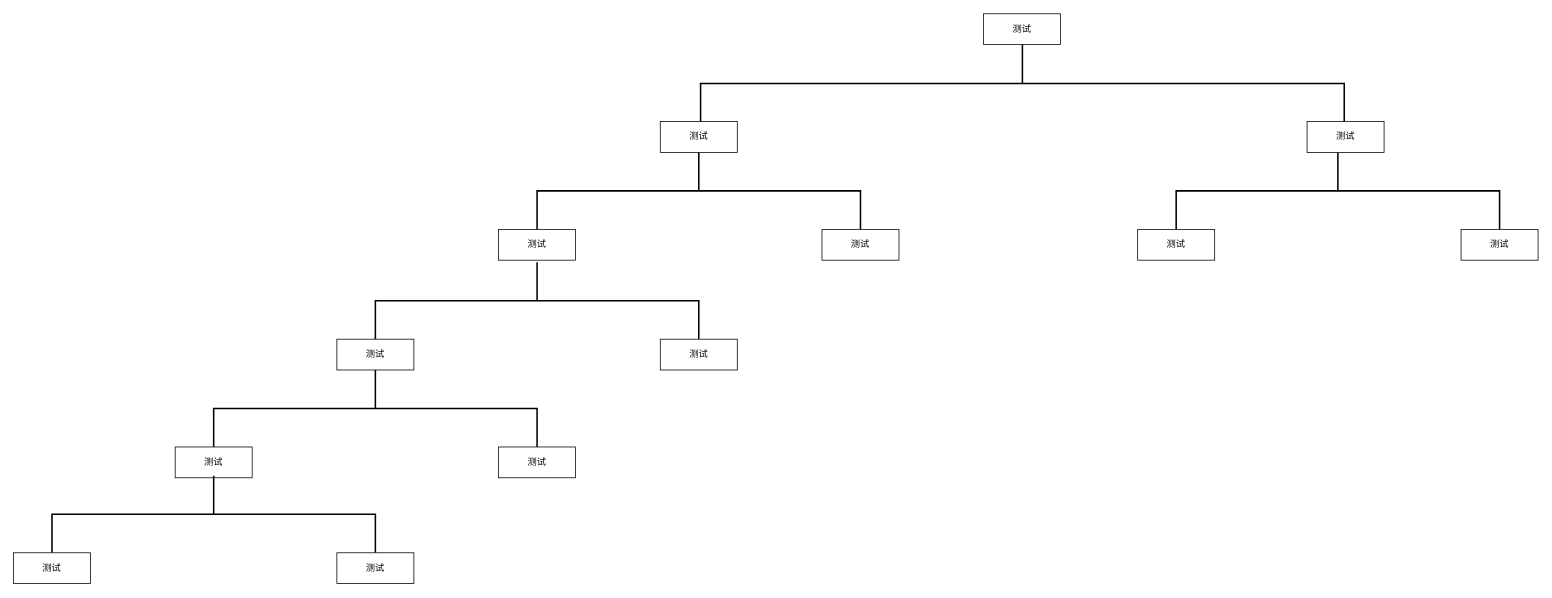
Earlier version of the draw.io diagram social_shop.drawio (BrainWilliam/996.ICU). Source tidied: cells renumbered, new cells numbered last; positions are measured from the earlier drawing's top-left corner, leaving out a move shared by most shapes. Both pictures are drawn from the tidied source at 77%, with x=0, y=0 at pixel (13, -239).
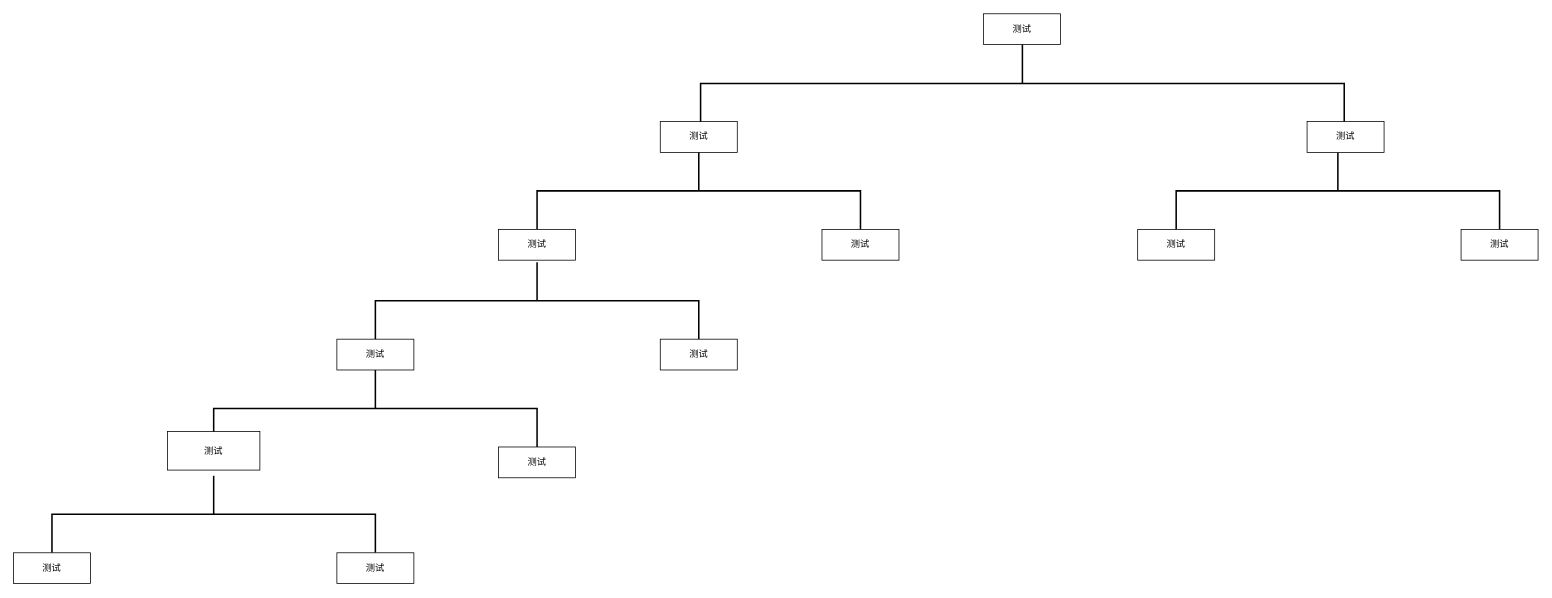
The same diagram, later.

Change to the diagram source:
```diff
@@
-    <mxCell id="16" value="测试" style="rounded=0;whiteSpace=wrap;html=1;" parent="1" vertex="1">
-      <mxGeometry x="210" y="890" width="100" height="40" as="geometry" />
+    <mxCell id="16" value="测试" style="rounded=0;whiteSpace=wrap;html=1;direction=south;" parent="1" vertex="1">
+      <mxGeometry x="200" y="870" width="120" height="50" as="geometry" />
     </mxCell>
```
